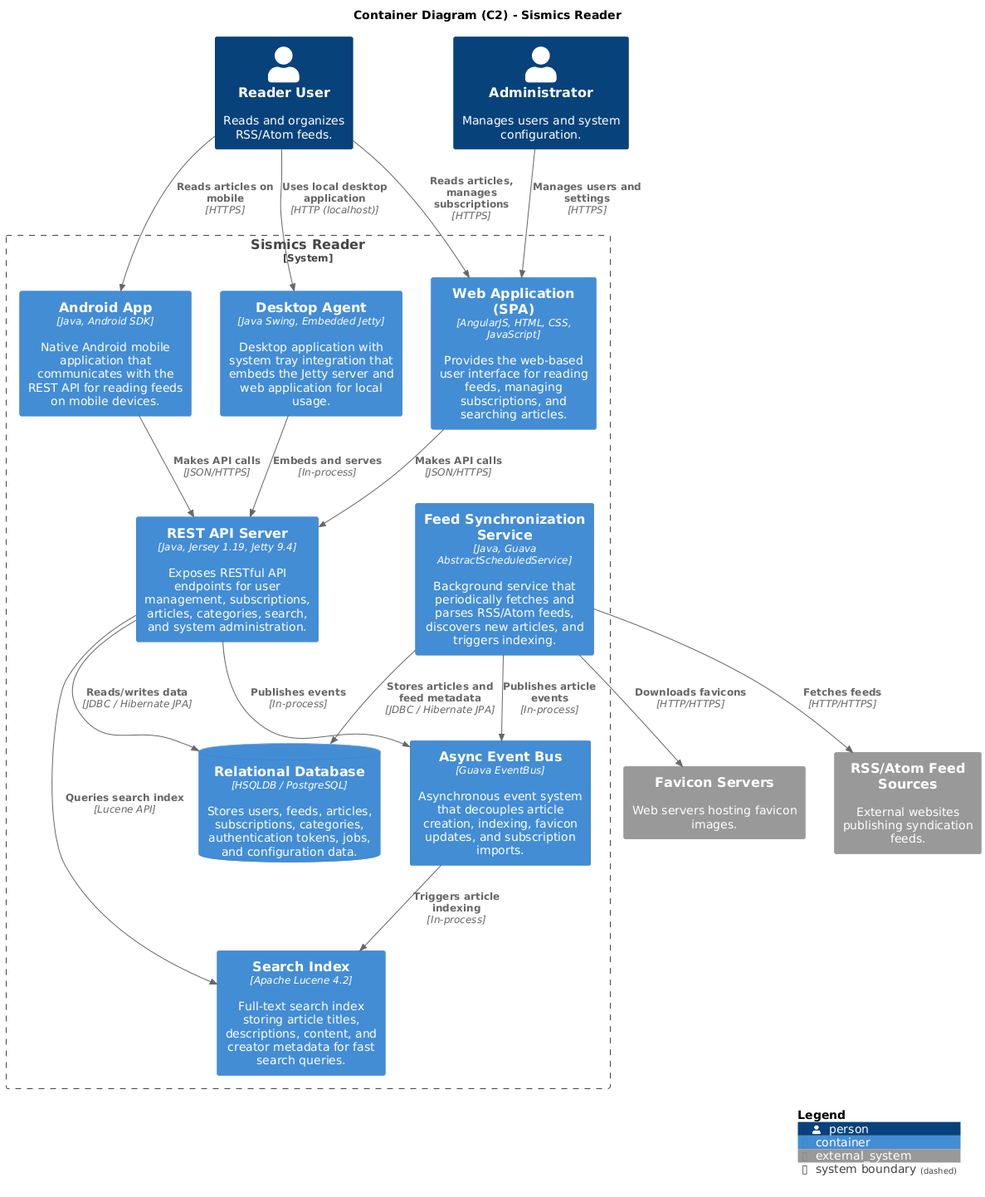
Earlier version of the PlantUML export c2.png (dhruv10050/reader). Source of this version:
```plantuml
@startuml C2_Container_Diagram
!include <C4/C4_Container>

title Container Diagram (C2) - Sismics Reader

Person(user, "Reader User", "Reads and organizes RSS/Atom feeds.")
Person(admin, "Administrator", "Manages users and system configuration.")

System_Boundary(reader_system, "Sismics Reader") {
    Container(web_ui, "Web Application (SPA)", "AngularJS, HTML, CSS, JavaScript", "Provides the web-based user interface for reading feeds, managing subscriptions, and searching articles.")
    Container(rest_api, "REST API Server", "Java, Jersey 1.19, Jetty 9.4", "Exposes RESTful API endpoints for user management, subscriptions, articles, categories, search, and system administration.")
    Container(android_app, "Android App", "Java, Android SDK", "Native Android mobile application that communicates with the REST API for reading feeds on mobile devices.")
    Container(desktop_agent, "Desktop Agent", "Java Swing, Embedded Jetty", "Desktop application with system tray integration that embeds the Jetty server and web application for local usage.")
    ContainerDb(database, "Relational Database", "HSQLDB / PostgreSQL", "Stores users, feeds, articles, subscriptions, categories, authentication tokens, jobs, and configuration data.")
    Container(lucene_index, "Search Index", "Apache Lucene 4.2", "Full-text search index storing article titles, descriptions, content, and creator metadata for fast search queries.")
    Container(feed_sync_service, "Feed Synchronization Service", "Java, Guava AbstractScheduledService", "Background service that periodically fetches and parses RSS/Atom feeds, discovers new articles, and triggers indexing.")
    Container(event_bus, "Async Event Bus", "Guava EventBus", "Asynchronous event system that decouples article creation, indexing, favicon updates, and subscription imports.")
}

System_Ext(rss_feeds, "RSS/Atom Feed Sources", "External websites publishing syndication feeds.")
System_Ext(favicon_servers, "Favicon Servers", "Web servers hosting favicon images.")

Rel(user, web_ui, "Reads articles, manages subscriptions", "HTTPS")
Rel(admin, web_ui, "Manages users and settings", "HTTPS")
Rel(user, android_app, "Reads articles on mobile", "HTTPS")
Rel(user, desktop_agent, "Uses local desktop application", "HTTP (localhost)")

Rel(web_ui, rest_api, "Makes API calls", "JSON/HTTPS")
Rel(android_app, rest_api, "Makes API calls", "JSON/HTTPS")
Rel(desktop_agent, rest_api, "Embeds and serves", "In-process")

Rel(rest_api, database, "Reads/writes data", "JDBC / Hibernate JPA")
Rel(rest_api, lucene_index, "Queries search index", "Lucene API")
Rel(rest_api, event_bus, "Publishes events", "In-process")

Rel(feed_sync_service, rss_feeds, "Fetches feeds", "HTTP/HTTPS")
Rel(feed_sync_service, database, "Stores articles and feed metadata", "JDBC / Hibernate JPA")
Rel(feed_sync_service, event_bus, "Publishes article events", "In-process")
Rel(feed_sync_service, favicon_servers, "Downloads favicons", "HTTP/HTTPS")

Rel(event_bus, lucene_index, "Triggers article indexing", "In-process")

SHOW_LEGEND()
@enduml
```
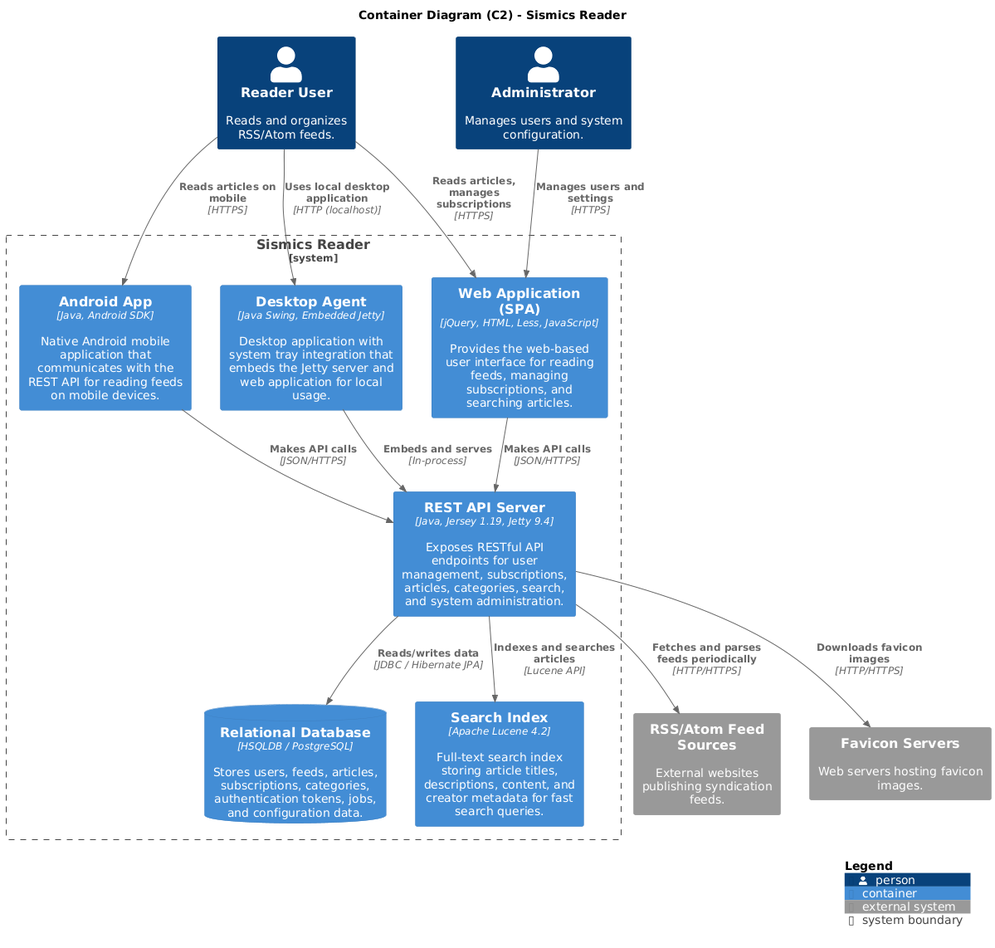
Above is the later version.

Commit message:
Fix diagram and ADR mistakes: jQuery not AngularJS, remove non-container elements from C2, remove OPML from C1, correct Docker module status in ADR_6, regenerate PNGs, rebuild zip

What changed in the source:
```diff
@@ -7,14 +7,12 @@
 Person(admin, "Administrator", "Manages users and system configuration.")
 
 System_Boundary(reader_system, "Sismics Reader") {
-    Container(web_ui, "Web Application (SPA)", "AngularJS, HTML, CSS, JavaScript", "Provides the web-based user interface for reading feeds, managing subscriptions, and searching articles.")
+    Container(web_ui, "Web Application (SPA)", "jQuery, HTML, Less, JavaScript", "Provides the web-based user interface for reading feeds, managing subscriptions, and searching articles.")
     Container(rest_api, "REST API Server", "Java, Jersey 1.19, Jetty 9.4", "Exposes RESTful API endpoints for user management, subscriptions, articles, categories, search, and system administration.")
     Container(android_app, "Android App", "Java, Android SDK", "Native Android mobile application that communicates with the REST API for reading feeds on mobile devices.")
     Container(desktop_agent, "Desktop Agent", "Java Swing, Embedded Jetty", "Desktop application with system tray integration that embeds the Jetty server and web application for local usage.")
     ContainerDb(database, "Relational Database", "HSQLDB / PostgreSQL", "Stores users, feeds, articles, subscriptions, categories, authentication tokens, jobs, and configuration data.")
     Container(lucene_index, "Search Index", "Apache Lucene 4.2", "Full-text search index storing article titles, descriptions, content, and creator metadata for fast search queries.")
-    Container(feed_sync_service, "Feed Synchronization Service", "Java, Guava AbstractScheduledService", "Background service that periodically fetches and parses RSS/Atom feeds, discovers new articles, and triggers indexing.")
-    Container(event_bus, "Async Event Bus", "Guava EventBus", "Asynchronous event system that decouples article creation, indexing, favicon updates, and subscription imports.")
 }
 
 System_Ext(rss_feeds, "RSS/Atom Feed Sources", "External websites publishing syndication feeds.")
@@ -30,15 +28,9 @@
 Rel(desktop_agent, rest_api, "Embeds and serves", "In-process")
 
 Rel(rest_api, database, "Reads/writes data", "JDBC / Hibernate JPA")
-Rel(rest_api, lucene_index, "Queries search index", "Lucene API")
-Rel(rest_api, event_bus, "Publishes events", "In-process")
-
-Rel(feed_sync_service, rss_feeds, "Fetches feeds", "HTTP/HTTPS")
-Rel(feed_sync_service, database, "Stores articles and feed metadata", "JDBC / Hibernate JPA")
-Rel(feed_sync_service, event_bus, "Publishes article events", "In-process")
-Rel(feed_sync_service, favicon_servers, "Downloads favicons", "HTTP/HTTPS")
-
-Rel(event_bus, lucene_index, "Triggers article indexing", "In-process")
+Rel(rest_api, lucene_index, "Indexes and searches articles", "Lucene API")
+Rel(rest_api, rss_feeds, "Fetches and parses feeds periodically", "HTTP/HTTPS")
+Rel(rest_api, favicon_servers, "Downloads favicon images", "HTTP/HTTPS")
 
 SHOW_LEGEND()
 @enduml
```
